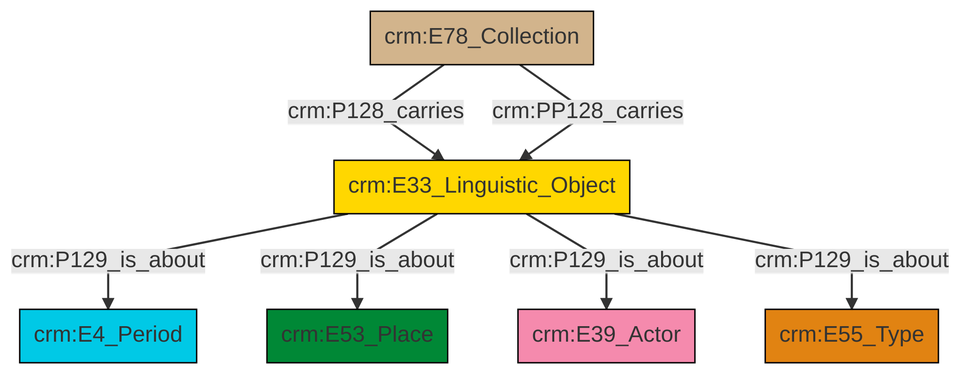
swiss-art-research-net/docs.swissartresearch keeps this Mermaid diagram as et/archivalCSV/ttl/mmd/png/archival_aboutness.png. Above is the earlier version. Its source is kept beside it as et/archivalCSV/ttl/mmd/archival_aboutness.ttl.mmd.
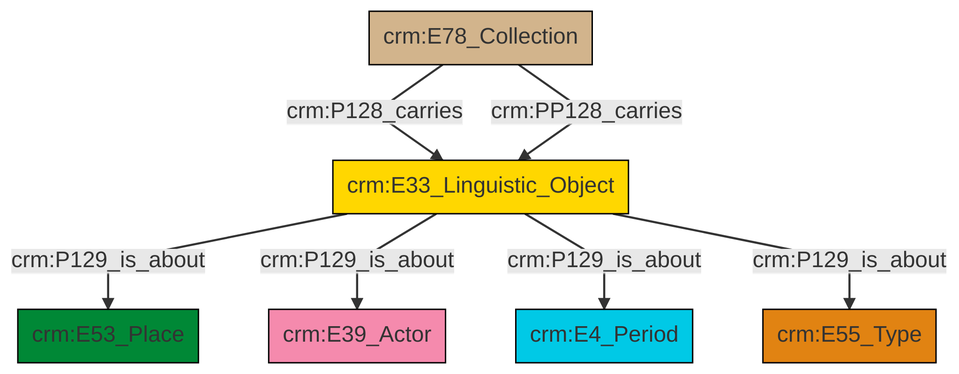
After the commit.

What changed in the source:
```diff
@@ -13,9 +13,9 @@
 classDef PC_Classes fill:#4ce600, stroke:#000000;
 classDef Multi fill:#cccccc,stroke:#000000;
 
-2["crm:E33_Linguistic_Object"]:::Conceptual_Object -->|crm:P129_is_about| 3["crm:E4_Period"]:::Temporal_Entity
-4["crm:E78_Collection"]:::Physical_Thing -->|crm:P128_carries| 2["crm:E33_Linguistic_Object"]:::Conceptual_Object
-2["crm:E33_Linguistic_Object"]:::Conceptual_Object -->|crm:P129_is_about| 5["crm:E53_Place"]:::Place
-2["crm:E33_Linguistic_Object"]:::Conceptual_Object -->|crm:P129_is_about| 9["crm:E39_Actor"]:::Actor
-2["crm:E33_Linguistic_Object"]:::Conceptual_Object -->|crm:P129_is_about| 0["crm:E55_Type"]:::Type
-4["crm:E78_Collection"]:::Physical_Thing -->|crm:PP128_carries| 2["crm:E33_Linguistic_Object"]:::Conceptual_Object
+2["crm:E78_Collection"]:::Physical_Thing -->|crm:P128_carries| 3["crm:E33_Linguistic_Object"]:::Conceptual_Object
+3["crm:E33_Linguistic_Object"]:::Conceptual_Object -->|crm:P129_is_about| 4["crm:E53_Place"]:::Place
+3["crm:E33_Linguistic_Object"]:::Conceptual_Object -->|crm:P129_is_about| 5["crm:E39_Actor"]:::Actor
+3["crm:E33_Linguistic_Object"]:::Conceptual_Object -->|crm:P129_is_about| 0["crm:E4_Period"]:::Temporal_Entity
+2["crm:E78_Collection"]:::Physical_Thing -->|crm:PP128_carries| 3["crm:E33_Linguistic_Object"]:::Conceptual_Object
+3["crm:E33_Linguistic_Object"]:::Conceptual_Object -->|crm:P129_is_about| 9["crm:E55_Type"]:::Type
```
